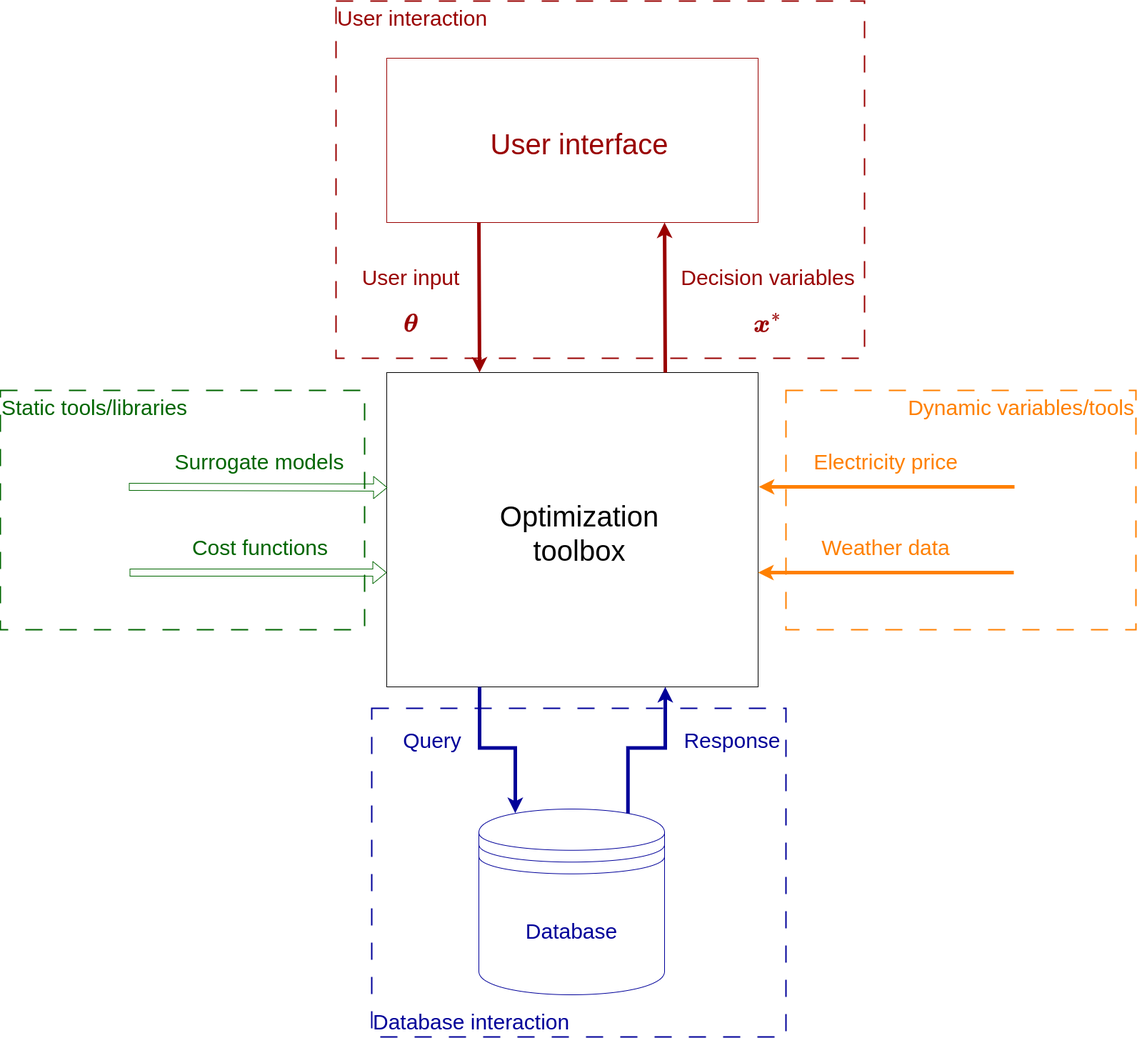
Earlier version of the draw.io export docs/top_level.png (bwolleswinkel/TWAIN-4.1-MOCT). Source tidied: cells renumbered, new cells last; positions are measured from the earlier drawing's top-left corner, leaving out a move shared by most shapes.
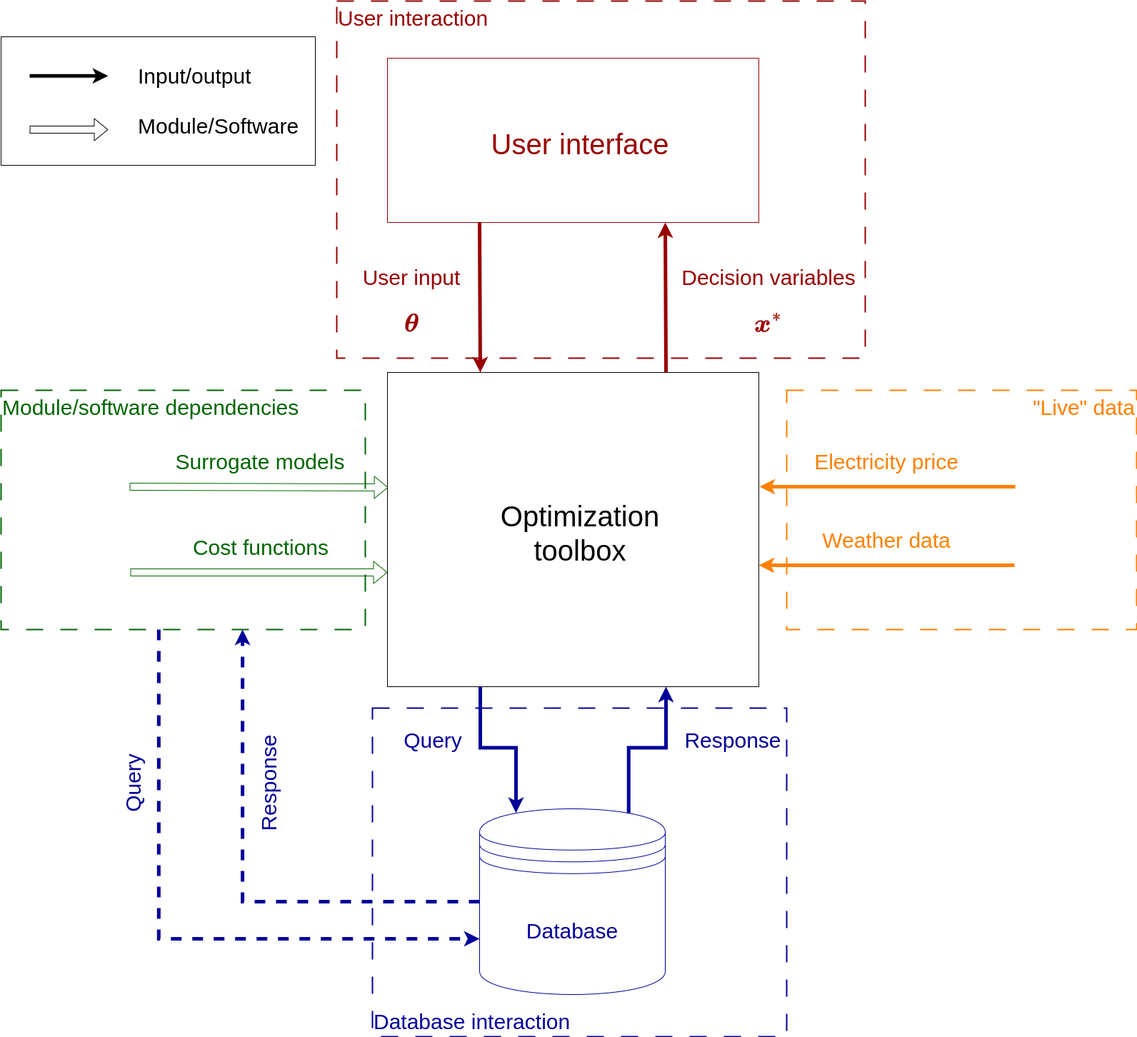
The same diagram one commit later.

Commit message:
Update top-level overview diagram

Diff of the diagram source:
```diff
@@ -2,10 +2,19 @@
   <root>
     <mxCell id="0" />
     <mxCell id="1" parent="0" />
+    <mxCell id="22" value="&lt;font style=&quot;font-size: 30px; color: rgb(153, 0, 0);&quot;&gt;User interaction&lt;/font&gt;" style="rounded=0;whiteSpace=wrap;html=1;fillColor=none;strokeColor=#990000;dashed=1;dashPattern=12 12;strokeWidth=2;align=left;verticalAlign=top;fontColor=#006600;" parent="1" vertex="1">
+      <mxGeometry x="470" width="740" height="500" as="geometry" />
+    </mxCell>
+    <mxCell id="20" value="&lt;font style=&quot;font-size: 30px;&quot;&gt;Module/software dependencies&lt;/font&gt;" style="rounded=0;whiteSpace=wrap;html=1;fillColor=none;strokeColor=#006600;dashed=1;dashPattern=12 12;strokeWidth=2;align=left;verticalAlign=top;fontColor=#006600;" parent="1" vertex="1">
+      <mxGeometry y="545" width="510" height="335" as="geometry" />
+    </mxCell>
+    <mxCell id="21" value="&lt;font style=&quot;font-size: 30px;&quot;&gt;Database interaction&lt;/font&gt;" style="rounded=0;whiteSpace=wrap;html=1;fillColor=none;strokeColor=#000099;dashed=1;dashPattern=12 12;strokeWidth=2;align=left;verticalAlign=bottom;fontColor=#000099;" parent="1" vertex="1">
+      <mxGeometry x="520" y="990" width="580" height="460" as="geometry" />
+    </mxCell>
     <mxCell id="2" value="&lt;font style=&quot;font-size: 40px;&quot;&gt;Optimization&lt;/font&gt;&lt;div&gt;&lt;font style=&quot;font-size: 40px;&quot;&gt;toolbox&lt;/font&gt;&lt;/div&gt;" style="rounded=0;labelPosition=center;verticalLabelPosition=middle;align=center;verticalAlign=middle;whiteSpace=wrap;html=1;spacingLeft=20;spacingTop=10;fontSize=30;" parent="1" vertex="1">
       <mxGeometry x="541" y="520" width="520" height="440" as="geometry" />
     </mxCell>
-    <mxCell id="3" value="&lt;font style=&quot;font-size: 30px; color: rgb(255, 128, 0);&quot;&gt;Dynamic variables/tools&lt;/font&gt;" style="rounded=0;whiteSpace=wrap;html=1;fillColor=none;strokeColor=#FF8000;dashed=1;dashPattern=12 12;strokeWidth=2;align=right;verticalAlign=top;fontColor=#FF00FF;" parent="1" vertex="1">
+    <mxCell id="3" value="&lt;font style=&quot;font-size: 30px; color: rgb(255, 128, 0);&quot;&gt;&quot;Live&quot; data&lt;/font&gt;" style="rounded=0;whiteSpace=wrap;html=1;fillColor=none;strokeColor=#FF8000;dashed=1;dashPattern=12 12;strokeWidth=2;align=right;verticalAlign=top;fontColor=#FF00FF;" parent="1" vertex="1">
       <mxGeometry x="1100" y="545" width="490" height="335" as="geometry" />
     </mxCell>
     <mxCell id="4" style="endArrow=classic;html=1;rounded=0;entryX=0.25;entryY=0;entryDx=0;entryDy=0;strokeWidth=5;fontColor=#990000;strokeColor=#990000;" parent="1" edge="1" target="2">
@@ -64,17 +73,8 @@
       <mxGeometry x="1110" y="600" width="260" height="90" as="geometry" />
     </mxCell>
     <mxCell id="19" value="Weather data" style="text;html=1;align=center;verticalAlign=middle;whiteSpace=wrap;rounded=0;fontSize=30;fontColor=#FF8000;" parent="1" vertex="1">
-      <mxGeometry x="1110" y="720" width="260" height="90" as="geometry" />
+      <mxGeometry x="1110" y="710" width="260" height="90" as="geometry" />
     </mxCell>
-    <mxCell id="20" value="&lt;font style=&quot;font-size: 30px;&quot;&gt;Static tools/libraries&lt;/font&gt;" style="rounded=0;whiteSpace=wrap;html=1;fillColor=none;strokeColor=#006600;dashed=1;dashPattern=12 12;strokeWidth=2;align=left;verticalAlign=top;fontColor=#006600;" parent="1" vertex="1">
-      <mxGeometry y="545" width="510" height="335" as="geometry" />
-    </mxCell>
-    <mxCell id="21" value="&lt;font style=&quot;font-size: 30px;&quot;&gt;Database interaction&lt;/font&gt;" style="rounded=0;whiteSpace=wrap;html=1;fillColor=none;strokeColor=#000099;dashed=1;dashPattern=12 12;strokeWidth=2;align=left;verticalAlign=bottom;fontColor=#000099;" parent="1" vertex="1">
-      <mxGeometry x="520" y="990" width="580" height="460" as="geometry" />
-    </mxCell>
-    <mxCell id="22" value="&lt;font style=&quot;font-size: 30px; color: rgb(153, 0, 0);&quot;&gt;User interaction&lt;/font&gt;" style="rounded=0;whiteSpace=wrap;html=1;fillColor=none;strokeColor=#990000;dashed=1;dashPattern=12 12;strokeWidth=2;align=left;verticalAlign=top;fontColor=#006600;" parent="1" vertex="1">
-      <mxGeometry x="470" width="740" height="500" as="geometry" />
-    </mxCell>
     <mxCell id="23" style="endArrow=classic;html=1;rounded=0;entryX=0.25;entryY=0;entryDx=0;entryDy=0;strokeWidth=5;fontColor=#990000;strokeColor=#FF8000;" parent="1" edge="1">
       <mxGeometry relative="1" as="geometry">
         <mxPoint x="1420" y="680" as="sourcePoint" />
@@ -83,9 +83,42 @@
     </mxCell>
     <mxCell id="24" style="endArrow=classic;html=1;rounded=0;entryX=0.25;entryY=0;entryDx=0;entryDy=0;strokeWidth=5;fontColor=#990000;strokeColor=#FF8000;" parent="1" edge="1">
       <mxGeometry relative="1" as="geometry">
-        <mxPoint x="1419" y="800" as="sourcePoint" />
-        <mxPoint x="1061" y="800" as="targetPoint" />
+        <mxPoint x="1419" y="790" as="sourcePoint" />
+        <mxPoint x="1061" y="790" as="targetPoint" />
       </mxGeometry>
     </mxCell>
+    <mxCell id="25" style="endArrow=classic;html=1;rounded=0;strokeWidth=5;strokeColor=#000099;edgeStyle=orthogonalEdgeStyle;entryX=0;entryY=0.7;entryDx=0;entryDy=0;dashed=1;exitX=0.433;exitY=1;exitDx=0;exitDy=0;exitPerimeter=0;" parent="1" edge="1" source="20" target="12">
+      <mxGeometry relative="1" as="geometry" />
+    </mxCell>
+    <mxCell id="26" style="endArrow=classic;html=1;rounded=0;strokeWidth=5;entryX=0.663;entryY=1;entryDx=0;entryDy=0;exitX=0;exitY=0.5;exitDx=0;exitDy=0;strokeColor=#000099;edgeStyle=orthogonalEdgeStyle;dashed=1;entryPerimeter=0;" parent="1" edge="1" source="12" target="20">
+      <mxGeometry relative="1" as="geometry" />
+    </mxCell>
+    <mxCell id="27" value="Query" style="text;html=1;align=center;verticalAlign=middle;whiteSpace=wrap;rounded=0;fontSize=30;strokeColor=none;fontColor=#000099;rotation=270;" parent="1" vertex="1">
+      <mxGeometry x="90" y="1050" width="190" height="90" as="geometry" />
+    </mxCell>
+    <mxCell id="28" value="Response" style="text;html=1;align=center;verticalAlign=middle;whiteSpace=wrap;rounded=0;fontSize=30;strokeColor=none;fontColor=#000099;rotation=270;" parent="1" vertex="1">
+      <mxGeometry x="280" y="1050" width="190" height="90" as="geometry" />
+    </mxCell>
+    <mxCell id="29" style="shape=flexArrow;endArrow=classic;html=1;rounded=0;strokeColor=#000000;" parent="1" edge="1">
+      <mxGeometry relative="1" as="geometry">
+        <mxPoint x="40" y="180" as="sourcePoint" />
+        <mxPoint x="150" y="180" as="targetPoint" />
+      </mxGeometry>
+    </mxCell>
+    <mxCell id="30" style="endArrow=classic;html=1;rounded=0;entryX=0.25;entryY=0;entryDx=0;entryDy=0;strokeWidth=5;fontColor=#990000;strokeColor=#000000;" parent="1" edge="1">
+      <mxGeometry relative="1" as="geometry">
+        <mxPoint x="40" y="104.7" as="sourcePoint" />
+        <mxPoint x="150" y="104.7" as="targetPoint" />
+      </mxGeometry>
+    </mxCell>
+    <mxCell id="31" value="&lt;font style=&quot;font-size: 30px;&quot;&gt;Input/output&lt;/font&gt;" style="text;html=1;align=left;verticalAlign=middle;whiteSpace=wrap;rounded=0;" parent="1" vertex="1">
+      <mxGeometry x="190" y="90" width="270" height="30" as="geometry" />
+    </mxCell>
+    <mxCell id="32" value="&lt;font style=&quot;font-size: 30px;&quot;&gt;Module/Software&lt;/font&gt;" style="text;html=1;align=left;verticalAlign=middle;whiteSpace=wrap;rounded=0;" parent="1" vertex="1">
+      <mxGeometry x="190" y="160" width="250" height="30" as="geometry" />
+    </mxCell>
+    <mxCell id="33" style="rounded=0;whiteSpace=wrap;html=1;fillColor=none;" parent="1" vertex="1">
+      <mxGeometry y="50" width="440" height="180" as="geometry" />
+    </mxCell>
   </root>
 </mxGraphModel>
```
